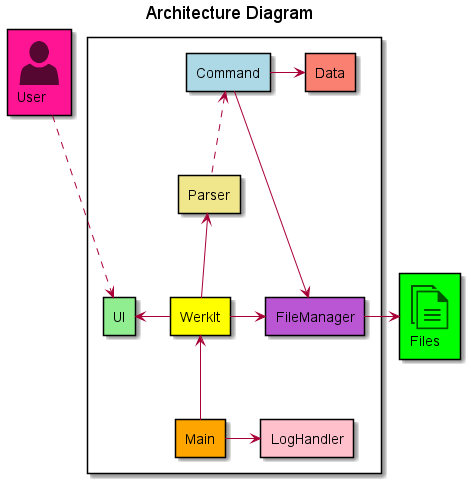
Before: docs/high-level-diagram/architecture_diagram.png, a diagram exported from PlantUML (nus-cs2113-AY2122S2/tp).
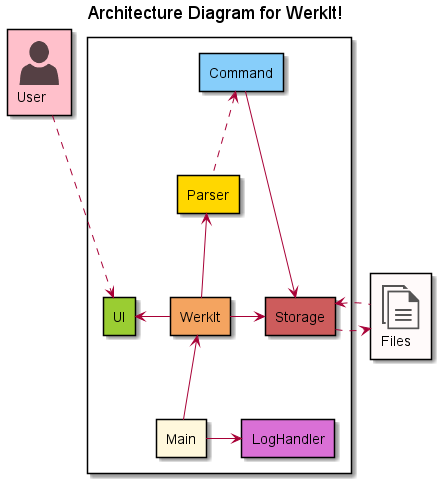
The same file after the commit.

The edit, as a diff of the source:
```diff
@@ -2,32 +2,29 @@
 !include <office/Concepts/documents>
 !include <office/Users/user>
 
-rectangle "<$user>\nUser" as User #DeepPink
-rectangle "<$documents>\nFiles" as Files #Lime
+rectangle "<$user>\nUser" as User #Pink
+rectangle "<$documents>\nFiles" as Files #Snow
 
-title Architecture Diagram
+title Architecture Diagram for WerkIt!
 rectangle {
-rectangle UI #lightgreen
-rectangle Command #lightblue
-rectangle Parser #khaki
-rectangle WerkIt #yellow
-rectangle Main #orange
-rectangle Data #Salmon
-rectangle FileManager #MediumOrchid
-rectangle LogHandler #pink
+rectangle UI #YellowGreen
+rectangle Command #LightSkyBlue
+rectangle Parser #Gold
+rectangle WerkIt #Sandybrown
+rectangle Main #Cornsilk
+rectangle Storage #IndianRed
+rectangle LogHandler #Orchid
 }
 
 UI<.-up-User
 Main-up->WerkIt
 WerkIt-up->Parser
 Parser-up.>Command
-Command-right->Data
-Command-right->FileManager
-WerkIt-right->FileManager
+Command-right->Storage
+WerkIt-right->Storage
 Main-right->LogHandler
 WerkIt-left->UI
-FileManager-right->Files
-
-
+Storage-right.>Files
+Files-left.>Storage
 
 @enduml
```
